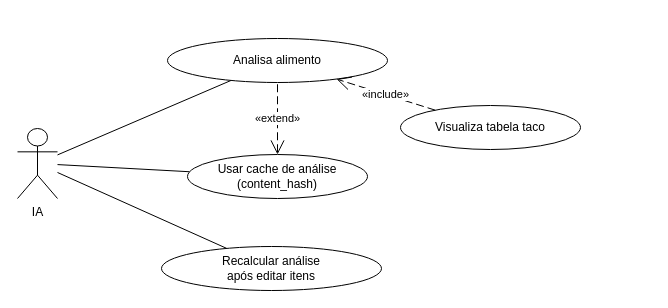
Above: page "IA" (4 of 4) of frontend/CasosDeUso.drawio in israelhub/JacalorIA-CONTADOR-DE-CALORIAS (draw.io), before the change. Source tidied: cells renumbered, new cells numbered last; positions are measured from the earlier drawing's top-left corner, leaving out a move shared by most shapes. Both pictures are drawn from the tidied source at 100%, with x=0, y=0 at pixel (17, 38).
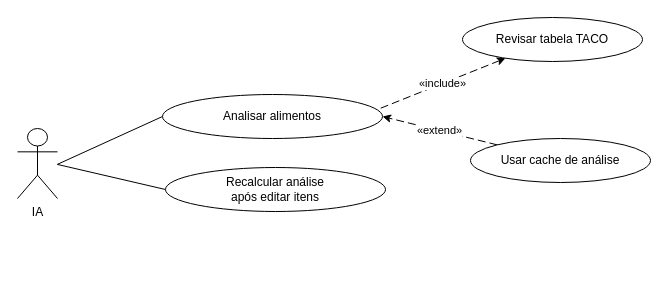
The same page after the edit.

Diff of the diagram source:
```diff
@@
 <mxGraphModel>
   <root>
     <mxCell id="0" />
     <mxCell id="1" parent="0" />
     <mxCell id="2" value="IA" style="shape=umlActor;verticalLabelPosition=bottom;verticalAlign=top;html=1;outlineConnect=0;" parent="1" vertex="1">
       <mxGeometry y="90" width="40" height="70" as="geometry" />
     </mxCell>
-    <mxCell id="3" style="endArrow=none;html=1;rounded=0;strokeWidth=1;" parent="1" edge="1" source="2" target="7">
-      <mxGeometry relative="1" as="geometry" />
+    <mxCell id="3" style="endArrow=none;html=1;rounded=0;strokeWidth=1;entryX=0;entryY=0.5;entryDx=0;entryDy=0;" parent="1" edge="1" target="7">
+      <mxGeometry relative="1" as="geometry">
+        <mxPoint x="39.8" y="125.9" as="sourcePoint" />
+      </mxGeometry>
     </mxCell>
-    <mxCell id="4" style="endArrow=none;html=1;rounded=0;strokeWidth=1;" parent="1" edge="1" source="2" target="8">
-      <mxGeometry relative="1" as="geometry" />
-    </mxCell>
-    <mxCell id="5" style="endArrow=none;html=1;rounded=0;strokeWidth=1;" parent="1" edge="1" source="2" target="9">
-      <mxGeometry relative="1" as="geometry" />
+    <mxCell id="5" style="endArrow=none;html=1;rounded=0;strokeWidth=1;entryX=0;entryY=0.5;entryDx=0;entryDy=0;" parent="1" edge="1" target="9">
+      <mxGeometry relative="1" as="geometry">
+        <mxPoint x="39.8" y="125.9" as="sourcePoint" />
+      </mxGeometry>
     </mxCell>
-    <mxCell id="6" value="«extend»" style="startArrow=open;html=1;startSize=12;endArrow=none;dashed=1;dashPattern=8 4;rounded=0;" parent="1" edge="1" source="8" target="7">
+    <mxCell id="6" value="«extend»" style="startArrow=none;html=1;startSize=12;endArrow=classic;dashed=1;dashPattern=8 4;rounded=0;startFill=0;endFill=1;entryX=1;entryY=0.5;entryDx=0;entryDy=0;" parent="1" edge="1" source="8" target="7">
       <mxGeometry relative="1" as="geometry" />
     </mxCell>
-    <mxCell id="7" value="Analisa alimento" style="ellipse;whiteSpace=wrap;html=1;" parent="1" vertex="1">
-      <mxGeometry x="150" width="220" height="44" as="geometry" />
+    <mxCell id="7" value="Analisar alimentos" style="ellipse;whiteSpace=wrap;html=1;" parent="1" vertex="1">
+      <mxGeometry x="145" y="56" width="220" height="44" as="geometry" />
     </mxCell>
-    <mxCell id="8" value="Usar cache de análise&#10;(content_hash)" style="ellipse;whiteSpace=wrap;html=1;" parent="1" vertex="1">
-      <mxGeometry x="170" y="116" width="180" height="44" as="geometry" />
+    <mxCell id="8" value="Usar cache de análise" style="ellipse;whiteSpace=wrap;html=1;" parent="1" vertex="1">
+      <mxGeometry x="453" y="100" width="180" height="44" as="geometry" />
     </mxCell>
     <mxCell id="9" value="Recalcular análise&#10;após editar itens" style="ellipse;whiteSpace=wrap;html=1;" parent="1" vertex="1">
-      <mxGeometry x="144" y="208" width="220" height="44" as="geometry" />
+      <mxGeometry x="148" y="129" width="220" height="44" as="geometry" />
     </mxCell>
-    <mxCell id="10" value="Visualiza tabela taco" style="ellipse;whiteSpace=wrap;html=1;" parent="1" vertex="1">
-      <mxGeometry x="383" y="67" width="180" height="44" as="geometry" />
+    <mxCell id="10" value="Revisar tabela TACO" style="ellipse;whiteSpace=wrap;html=1;" parent="1" vertex="1">
+      <mxGeometry x="445" y="-21" width="180" height="44" as="geometry" />
     </mxCell>
-    <mxCell id="11" value="«include»" style="endArrow=open;html=1;endSize=12;dashed=1;dashPattern=8 4;rounded=0;" parent="1" edge="1" source="10" target="7">
+    <mxCell id="11" value="«include»" style="endArrow=none;html=1;endSize=12;dashed=1;dashPattern=8 4;rounded=0;startArrow=classic;startFill=1;endFill=0;entryX=0.986;entryY=0.323;entryDx=0;entryDy=0;entryPerimeter=0;" parent="1" edge="1" source="10" target="7">
       <mxGeometry relative="1" as="geometry" />
     </mxCell>
   </root>
 </mxGraphModel>
```
